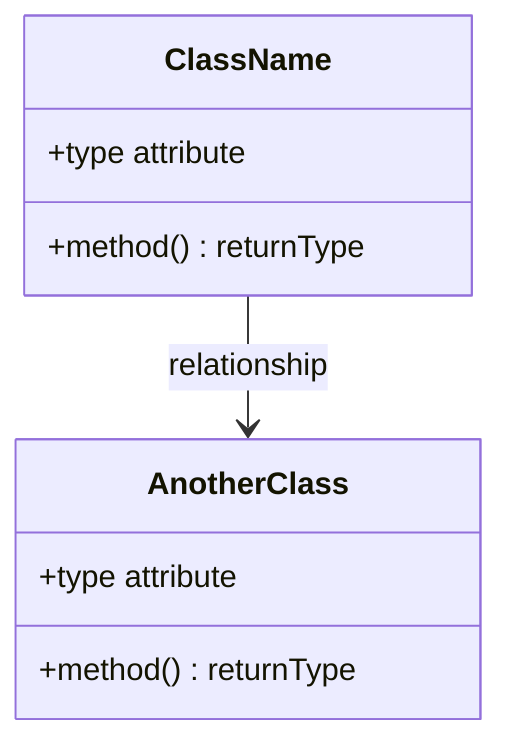
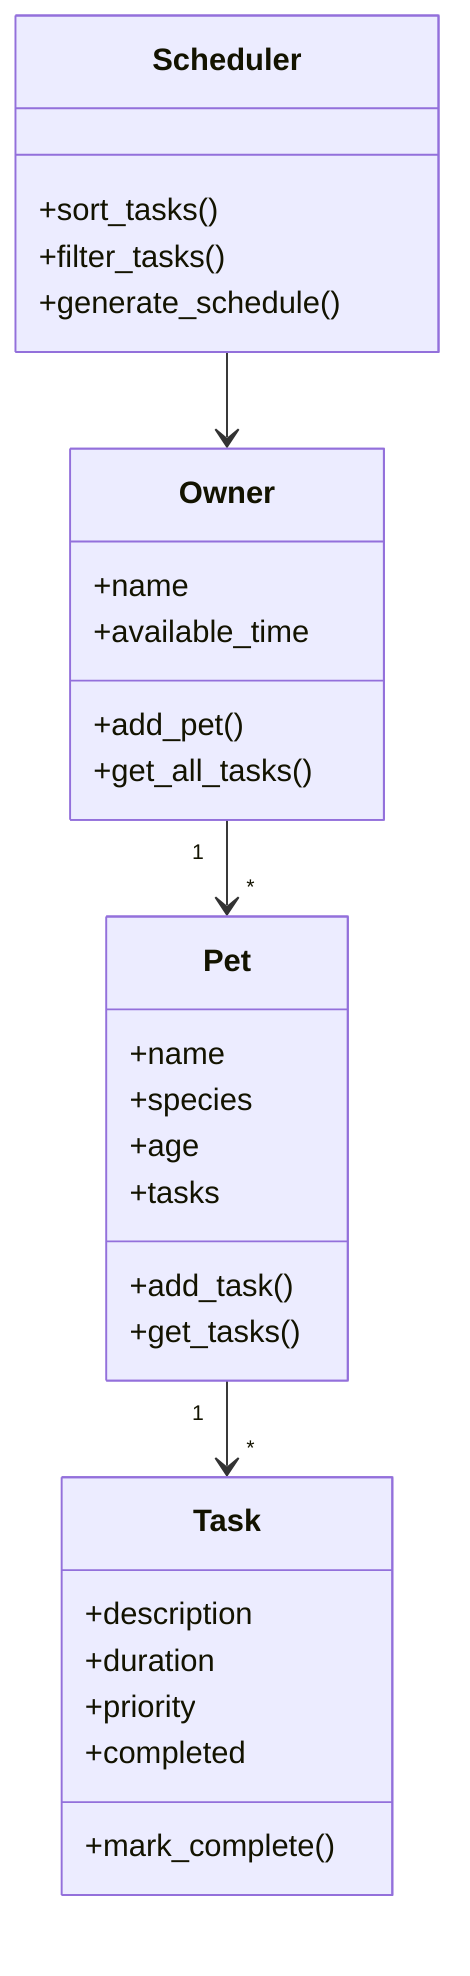
classDiagram
-     %% Replace the placeholders below with your actual classes, attributes, methods, and relationships.
-     %% Keep this file updated so it matches your final implementation.

-     class ClassName {
-         +type attribute
-         +method() returnType
-     }
+ class Owner{
+     +name
+     +available_time
+     +add_pet()
+     +get_all_tasks()
+ }

-     class AnotherClass {
-         +type attribute
-         +method() returnType
-     }
+ class Pet{
+     +name
+     +species
+     +age
+     +tasks
+     +add_task()
+     +get_tasks()
+ }

-     ClassName --> AnotherClass : relationship
+ class Task{
+     +description
+     +duration
+     +priority
+     +completed
+     +mark_complete()
+ }
+ 
+ class Scheduler{
+     +sort_tasks()
+     +filter_tasks()
+     +generate_schedule()
+ }
+ 
+ Owner "1" --> "*" Pet
+ Pet "1" --> "*" Task
+ Scheduler --> Owner
